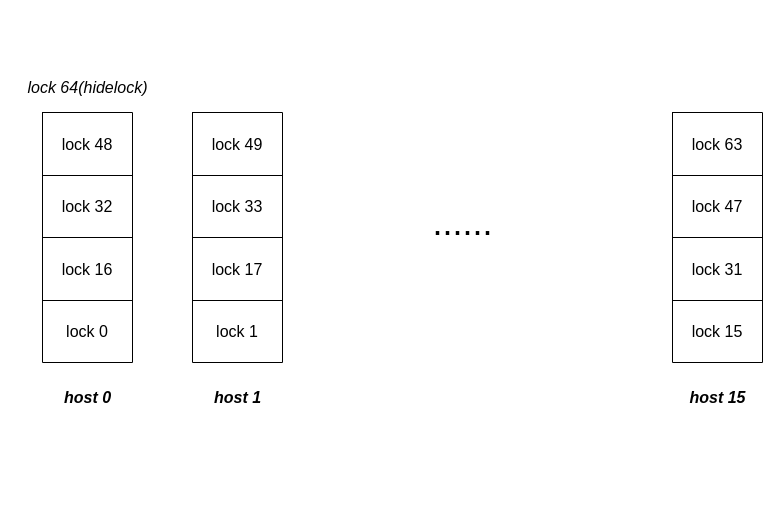
segzix/segzix.github.io keeps this draw.io diagram as _draws/锁管理器.drawio. Above is the earlier version. Source tidied: cells renumbered, new cells numbered last; positions are measured from the earlier drawing's top-left corner, leaving out a move shared by most shapes. Both pictures are drawn from the tidied source at 100%, with x=0, y=0 at pixel (17, 72).
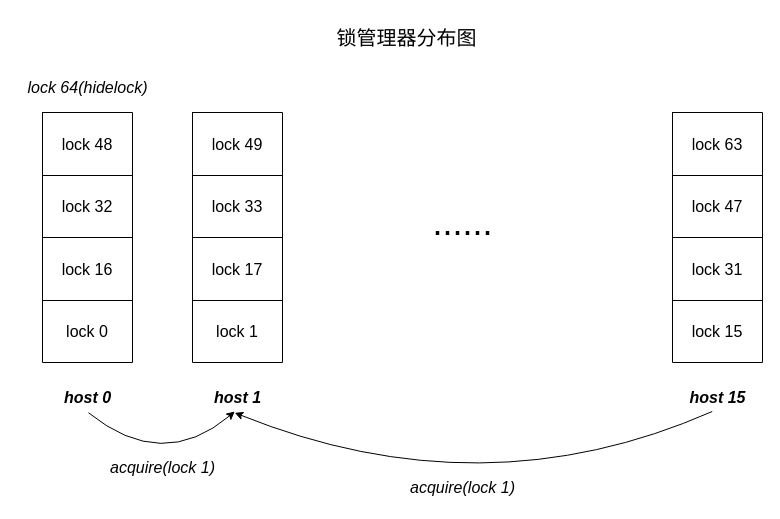
The same diagram, later.

Commit message (it also covers changes not shown here):
更新锁管理器.drawio

Unchanged cells that the change refers to:
```xml
<mxCell id="31" value="&lt;i&gt;&lt;b&gt;&lt;font style=&quot;font-size: 16px;&quot;&gt;host 0&lt;/font&gt;&lt;/b&gt;&lt;/i&gt;" style="text;html=1;align=center;verticalAlign=middle;points=[];strokeColor=none;fillColor=none;" parent="1" vertex="1">
  <mxGeometry x="35" y="310" width="70" height="30" as="geometry" />
</mxCell>
<mxCell id="32" value="&lt;i&gt;&lt;b&gt;&lt;font style=&quot;font-size: 16px;&quot;&gt;host 1&lt;/font&gt;&lt;/b&gt;&lt;/i&gt;" style="text;html=1;align=center;verticalAlign=middle;points=[];strokeColor=none;fillColor=none;" parent="1" vertex="1">
  <mxGeometry x="185" y="310" width="70" height="30" as="geometry" />
</mxCell>
<mxCell id="33" value="&lt;i&gt;&lt;b&gt;&lt;font style=&quot;font-size: 16px;&quot;&gt;host 15&lt;/font&gt;&lt;/b&gt;&lt;/i&gt;" style="text;html=1;align=center;verticalAlign=middle;points=[];strokeColor=none;fillColor=none;" parent="1" vertex="1">
  <mxGeometry x="660" y="310" width="80" height="30" as="geometry" />
</mxCell>
```

Diff of the diagram source:
```diff
@@
+    <mxCell id="34" value="&lt;font style=&quot;font-size: 20px;&quot;&gt;锁管理器分布图&lt;/font&gt;" style="text;html=1;align=center;verticalAlign=middle;strokeColor=none;fillColor=none;" parent="1" vertex="1">
+      <mxGeometry x="309" y="-55" width="160" height="40" as="geometry" />
+    </mxCell>
+    <mxCell id="35" style="endArrow=classic;html=1;rounded=0;curved=1;exitX=0.514;exitY=1.009;exitDx=0;exitDy=0;exitPerimeter=0;entryX=0.461;entryY=0.967;entryDx=0;entryDy=0;entryPerimeter=0;" parent="1" edge="1" source="31" target="32">
+      <mxGeometry relative="1" as="geometry">
+        <Array as="points">
+          <mxPoint x="145" y="400" />
+        </Array>
+      </mxGeometry>
+    </mxCell>
+    <mxCell id="36" style="endArrow=classic;html=1;rounded=0;curved=1;exitX=0.434;exitY=0.967;exitDx=0;exitDy=0;exitPerimeter=0;entryX=0.461;entryY=1.009;entryDx=0;entryDy=0;entryPerimeter=0;" parent="1" edge="1" source="33" target="32">
+      <mxGeometry relative="1" as="geometry">
+        <Array as="points">
+          <mxPoint x="465" y="440" />
+        </Array>
+      </mxGeometry>
+    </mxCell>
+    <mxCell id="37" value="&lt;font style=&quot;font-size: 16px;&quot;&gt;&lt;i&gt;acquire(lock 1)&lt;/i&gt;&lt;/font&gt;" style="text;html=1;align=center;verticalAlign=middle;strokeColor=none;fillColor=none;" parent="1" vertex="1">
+      <mxGeometry x="80" y="380" width="130" height="30" as="geometry" />
+    </mxCell>
+    <mxCell id="38" value="&lt;font style=&quot;font-size: 16px;&quot;&gt;&lt;i&gt;acquire(lock 1)&lt;/i&gt;&lt;/font&gt;" style="text;html=1;align=center;verticalAlign=middle;strokeColor=none;fillColor=none;" parent="1" vertex="1">
+      <mxGeometry x="380" y="400" width="130" height="30" as="geometry" />
+    </mxCell>
```
